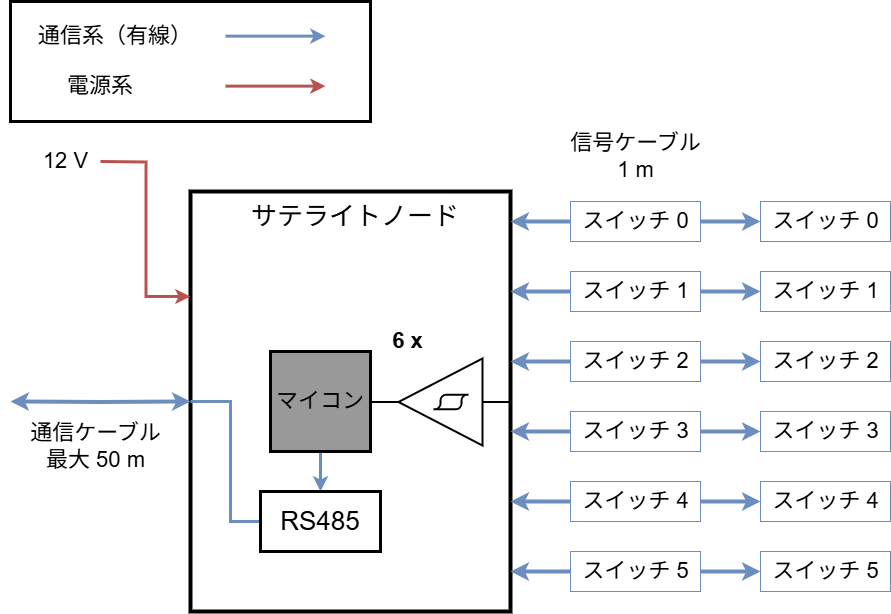
Earlier version of the draw.io export Documents/Pictures/SafetyReview/SatelliteNode.png (tokai-student-rocket-project/Gen6-GSE-Elec). Source tidied: cells renumbered, new cells last; positions are measured from the earlier drawing's top-left corner, leaving out a move shared by most shapes. Source of this version:
```xml
<mxGraphModel>
  <root>
    <mxCell id="0" />
    <mxCell id="1" parent="0" />
    <mxCell id="2" style="rounded=0;whiteSpace=wrap;html=1;strokeWidth=4;align=center;" parent="1" vertex="1">
      <mxGeometry x="180" y="190" width="320" height="420" as="geometry" />
    </mxCell>
    <mxCell id="3" style="endArrow=classic;html=1;strokeWidth=3;fillColor=#f8cecc;strokeColor=#b85450;edgeStyle=orthogonalEdgeStyle;entryX=0;entryY=0.25;entryDx=0;entryDy=0;rounded=0;curved=0;" parent="1" edge="1" target="2">
      <mxGeometry relative="1" as="geometry">
        <mxPoint x="90" y="160" as="sourcePoint" />
      </mxGeometry>
    </mxCell>
    <mxCell id="4" value="&lt;font style=&quot;font-size: 22px;&quot;&gt;12 V&lt;/font&gt;" style="text;html=1;align=center;verticalAlign=middle;strokeColor=none;fillColor=none;" parent="1" vertex="1">
      <mxGeometry x="20" y="140" width="70" height="40" as="geometry" />
    </mxCell>
    <mxCell id="5" style="endArrow=classic;html=1;strokeWidth=4;fillColor=#dae8fc;strokeColor=#6c8ebf;edgeStyle=orthogonalEdgeStyle;rounded=0;curved=0;startArrow=classic;startFill=1;entryX=0;entryY=0.5;entryDx=0;entryDy=0;" parent="1" edge="1" target="2">
      <mxGeometry relative="1" as="geometry">
        <mxPoint y="400" as="sourcePoint" />
      </mxGeometry>
    </mxCell>
    <mxCell id="6" value="&lt;span style=&quot;font-size: 22px;&quot;&gt;通信ケーブル&lt;/span&gt;&lt;div&gt;&lt;span style=&quot;font-size: 22px;&quot;&gt;最大 50 m&lt;/span&gt;&lt;/div&gt;" style="text;html=1;align=center;verticalAlign=middle;strokeColor=none;fillColor=none;" parent="1" vertex="1">
      <mxGeometry x="10" y="410" width="150" height="70" as="geometry" />
    </mxCell>
    <mxCell id="7" style="endArrow=classic;html=1;strokeWidth=4;fillColor=#dae8fc;strokeColor=#6c8ebf;edgeStyle=orthogonalEdgeStyle;rounded=0;curved=0;startArrow=classic;startFill=1;exitX=1;exitY=0.25;exitDx=0;exitDy=0;" parent="1" edge="1">
      <mxGeometry relative="1" as="geometry">
        <mxPoint x="500" y="220" as="sourcePoint" />
        <mxPoint x="750" y="220" as="targetPoint" />
      </mxGeometry>
    </mxCell>
    <mxCell id="8" value="&lt;span style=&quot;font-size: 22px;&quot;&gt;スイッチ 0&lt;/span&gt;" style="text;html=1;align=center;verticalAlign=middle;fillColor=default;strokeColor=#6C8EBF;" parent="1" vertex="1">
      <mxGeometry x="560" y="200" width="130" height="40" as="geometry" />
    </mxCell>
    <mxCell id="9" style="endArrow=classic;html=1;strokeWidth=4;fillColor=#dae8fc;strokeColor=#6c8ebf;edgeStyle=orthogonalEdgeStyle;rounded=0;curved=0;startArrow=classic;startFill=1;exitX=1;exitY=0.25;exitDx=0;exitDy=0;" parent="1" edge="1">
      <mxGeometry relative="1" as="geometry">
        <mxPoint x="500" y="290" as="sourcePoint" />
        <mxPoint x="750" y="290" as="targetPoint" />
      </mxGeometry>
    </mxCell>
    <mxCell id="10" value="&lt;span style=&quot;font-size: 22px;&quot;&gt;スイッチ 1&lt;/span&gt;" style="text;html=1;align=center;verticalAlign=middle;fillColor=default;strokeColor=#6C8EBF;" parent="1" vertex="1">
      <mxGeometry x="560" y="270" width="130" height="40" as="geometry" />
    </mxCell>
    <mxCell id="11" style="endArrow=classic;html=1;strokeWidth=4;fillColor=#dae8fc;strokeColor=#6C8EBF;edgeStyle=orthogonalEdgeStyle;rounded=0;curved=0;startArrow=classic;startFill=1;exitX=1;exitY=0.25;exitDx=0;exitDy=0;" parent="1" edge="1">
      <mxGeometry relative="1" as="geometry">
        <mxPoint x="500" y="360" as="sourcePoint" />
        <mxPoint x="750" y="360" as="targetPoint" />
      </mxGeometry>
    </mxCell>
    <mxCell id="12" value="&lt;span style=&quot;font-size: 22px;&quot;&gt;スイッチ 2&lt;/span&gt;" style="text;html=1;align=center;verticalAlign=middle;fillColor=default;strokeColor=#6C8EBF;" parent="1" vertex="1">
      <mxGeometry x="560" y="340" width="130" height="40" as="geometry" />
    </mxCell>
    <mxCell id="13" style="endArrow=classic;html=1;strokeWidth=4;fillColor=#dae8fc;strokeColor=#6c8ebf;edgeStyle=orthogonalEdgeStyle;rounded=0;curved=0;startArrow=classic;startFill=1;exitX=1;exitY=0.25;exitDx=0;exitDy=0;" parent="1" edge="1">
      <mxGeometry relative="1" as="geometry">
        <mxPoint x="500" y="430" as="sourcePoint" />
        <mxPoint x="750" y="430" as="targetPoint" />
      </mxGeometry>
    </mxCell>
    <mxCell id="14" value="&lt;span style=&quot;font-size: 22px;&quot;&gt;スイッチ 3&lt;/span&gt;" style="text;html=1;align=center;verticalAlign=middle;fillColor=default;strokeColor=#6C8EBF;" parent="1" vertex="1">
      <mxGeometry x="560" y="410" width="130" height="40" as="geometry" />
    </mxCell>
    <mxCell id="15" style="endArrow=classic;html=1;strokeWidth=4;fillColor=#dae8fc;strokeColor=#6c8ebf;edgeStyle=orthogonalEdgeStyle;rounded=0;curved=0;startArrow=classic;startFill=1;exitX=1;exitY=0.25;exitDx=0;exitDy=0;" parent="1" edge="1">
      <mxGeometry relative="1" as="geometry">
        <mxPoint x="500" y="500" as="sourcePoint" />
        <mxPoint x="750" y="500" as="targetPoint" />
      </mxGeometry>
    </mxCell>
    <mxCell id="16" value="&lt;span style=&quot;font-size: 22px;&quot;&gt;スイッチ 4&lt;/span&gt;" style="text;html=1;align=center;verticalAlign=middle;fillColor=default;strokeColor=#6C8EBF;" parent="1" vertex="1">
      <mxGeometry x="560" y="480" width="130" height="40" as="geometry" />
    </mxCell>
    <mxCell id="17" style="endArrow=classic;html=1;strokeWidth=4;fillColor=#dae8fc;strokeColor=#6c8ebf;edgeStyle=orthogonalEdgeStyle;rounded=0;curved=0;startArrow=classic;startFill=1;exitX=1;exitY=0.25;exitDx=0;exitDy=0;" parent="1" edge="1">
      <mxGeometry relative="1" as="geometry">
        <mxPoint x="500" y="570" as="sourcePoint" />
        <mxPoint x="750" y="570" as="targetPoint" />
      </mxGeometry>
    </mxCell>
    <mxCell id="18" value="&lt;span style=&quot;font-size: 22px;&quot;&gt;スイッチ 5&lt;/span&gt;" style="text;html=1;align=center;verticalAlign=middle;strokeColor=#6C8EBF;fillColor=default;" parent="1" vertex="1">
      <mxGeometry x="560" y="550" width="130" height="40" as="geometry" />
    </mxCell>
    <mxCell id="19" value="&lt;span style=&quot;font-size: 22px;&quot;&gt;スイッチ 0&lt;/span&gt;" style="text;html=1;align=center;verticalAlign=middle;strokeColor=#6C8EBF;" parent="1" vertex="1">
      <mxGeometry x="750" y="200" width="130" height="40" as="geometry" />
    </mxCell>
    <mxCell id="20" value="&lt;span style=&quot;font-size: 22px;&quot;&gt;信号ケーブル&lt;/span&gt;&lt;div&gt;&lt;span style=&quot;font-size: 22px;&quot;&gt;1 m&lt;/span&gt;&lt;/div&gt;" style="text;html=1;align=center;verticalAlign=middle;strokeColor=none;fillColor=none;" parent="1" vertex="1">
      <mxGeometry x="550" y="120" width="150" height="70" as="geometry" />
    </mxCell>
    <mxCell id="21" value="&lt;span style=&quot;font-size: 22px;&quot;&gt;スイッチ 1&lt;/span&gt;" style="text;html=1;align=center;verticalAlign=middle;strokeColor=#6C8EBF;" parent="1" vertex="1">
      <mxGeometry x="750" y="270" width="130" height="40" as="geometry" />
    </mxCell>
    <mxCell id="22" value="&lt;span style=&quot;font-size: 22px;&quot;&gt;スイッチ 2&lt;/span&gt;" style="text;html=1;align=center;verticalAlign=middle;strokeColor=#6C8EBF;" parent="1" vertex="1">
      <mxGeometry x="750" y="340" width="130" height="40" as="geometry" />
    </mxCell>
    <mxCell id="23" value="&lt;span style=&quot;font-size: 22px;&quot;&gt;スイッチ 3&lt;/span&gt;" style="text;html=1;align=center;verticalAlign=middle;strokeColor=#6C8EBF;" parent="1" vertex="1">
      <mxGeometry x="750" y="410" width="130" height="40" as="geometry" />
    </mxCell>
    <mxCell id="24" value="&lt;span style=&quot;font-size: 22px;&quot;&gt;スイッチ 4&lt;/span&gt;" style="text;html=1;align=center;verticalAlign=middle;strokeColor=#6C8EBF;" parent="1" vertex="1">
      <mxGeometry x="750" y="480" width="130" height="40" as="geometry" />
    </mxCell>
    <mxCell id="25" value="&lt;span style=&quot;font-size: 22px;&quot;&gt;スイッチ 5&lt;/span&gt;" style="text;html=1;align=center;verticalAlign=middle;strokeColor=#6C8EBF;" parent="1" vertex="1">
      <mxGeometry x="750" y="550" width="130" height="40" as="geometry" />
    </mxCell>
    <mxCell id="26" style="rounded=0;whiteSpace=wrap;html=1;fontSize=18;fillColor=none;strokeWidth=3;" parent="1" vertex="1">
      <mxGeometry width="360" height="120" as="geometry" />
    </mxCell>
    <mxCell id="27" value="&lt;font style=&quot;font-size: 22px;&quot;&gt;通信系（有線）&lt;/font&gt;" style="text;html=1;strokeColor=none;fillColor=none;align=center;verticalAlign=middle;whiteSpace=wrap;rounded=0;dashed=1;strokeWidth=3;fontSize=18;" parent="1" vertex="1">
      <mxGeometry x="20" y="20" width="170" height="30" as="geometry" />
    </mxCell>
    <mxCell id="28" value="&lt;font style=&quot;font-size: 22px;&quot;&gt;電源系&lt;/font&gt;" style="text;html=1;strokeColor=none;fillColor=none;align=center;verticalAlign=middle;whiteSpace=wrap;rounded=0;dashed=1;strokeWidth=3;fontSize=18;" parent="1" vertex="1">
      <mxGeometry x="55" y="70" width="70" height="30" as="geometry" />
    </mxCell>
    <mxCell id="29" style="endArrow=classic;html=1;rounded=0;strokeColor=#6c8ebf;strokeWidth=3;fontSize=18;fillColor=#dae8fc;" parent="1" edge="1">
      <mxGeometry relative="1" as="geometry">
        <mxPoint x="215" y="34.6" as="sourcePoint" />
        <mxPoint x="315" y="34.6" as="targetPoint" />
      </mxGeometry>
    </mxCell>
    <mxCell id="30" style="endArrow=classic;html=1;rounded=0;strokeColor=#b85450;strokeWidth=3;fontSize=18;fillColor=#f8cecc;" parent="1" edge="1">
      <mxGeometry relative="1" as="geometry">
        <mxPoint x="215" y="84.6" as="sourcePoint" />
        <mxPoint x="315" y="84.6" as="targetPoint" />
      </mxGeometry>
    </mxCell>
    <mxCell id="31" value="&lt;font style=&quot;font-size: 26px;&quot;&gt;サテライトノード&lt;/font&gt;" style="text;html=1;align=center;verticalAlign=middle;whiteSpace=wrap;rounded=0;" parent="1" vertex="1">
      <mxGeometry x="230" y="200" width="230" height="30" as="geometry" />
    </mxCell>
    <mxCell id="32" style="verticalLabelPosition=bottom;shadow=0;dashed=0;align=center;html=1;verticalAlign=top;shape=mxgraph.electrical.logic_gates.schmitt_trigger;direction=west;strokeWidth=2;" parent="1" vertex="1">
      <mxGeometry x="360" y="357" width="140" height="87" as="geometry" />
    </mxCell>
    <mxCell id="33" value="&lt;font style=&quot;font-size: 22px;&quot;&gt;&lt;b&gt;6 x&amp;nbsp;&lt;/b&gt;&lt;/font&gt;" style="text;html=1;align=center;verticalAlign=middle;strokeColor=none;fillColor=none;" parent="1" vertex="1">
      <mxGeometry x="370" y="320" width="60" height="40" as="geometry" />
    </mxCell>
    <mxCell id="34" style="edgeStyle=none;html=1;strokeWidth=3;fillColor=#dae8fc;strokeColor=#6c8ebf;" parent="1" edge="1" source="35" target="37">
      <mxGeometry relative="1" as="geometry" />
    </mxCell>
    <mxCell id="35" value="&lt;font style=&quot;font-size: 22px;&quot;&gt;マイコン&lt;/font&gt;" style="whiteSpace=wrap;html=1;strokeWidth=3;fillColor=#999999;" parent="1" vertex="1">
      <mxGeometry x="260" y="350" width="100" height="100" as="geometry" />
    </mxCell>
    <mxCell id="36" style="edgeStyle=orthogonalEdgeStyle;html=1;exitX=0;exitY=0.5;exitDx=0;exitDy=0;entryX=0;entryY=0.5;entryDx=0;entryDy=0;rounded=0;curved=0;strokeWidth=3;fillColor=#dae8fc;strokeColor=#6c8ebf;endArrow=none;endFill=0;" parent="1" edge="1" source="37" target="2">
      <mxGeometry relative="1" as="geometry">
        <Array as="points">
          <mxPoint x="220" y="520" />
          <mxPoint x="220" y="400" />
        </Array>
      </mxGeometry>
    </mxCell>
    <mxCell id="37" value="&lt;font style=&quot;font-size: 26px;&quot;&gt;RS485&lt;/font&gt;" style="rounded=0;whiteSpace=wrap;html=1;strokeWidth=3;" parent="1" vertex="1">
      <mxGeometry x="250" y="490" width="120" height="60" as="geometry" />
    </mxCell>
  </root>
</mxGraphModel>
```
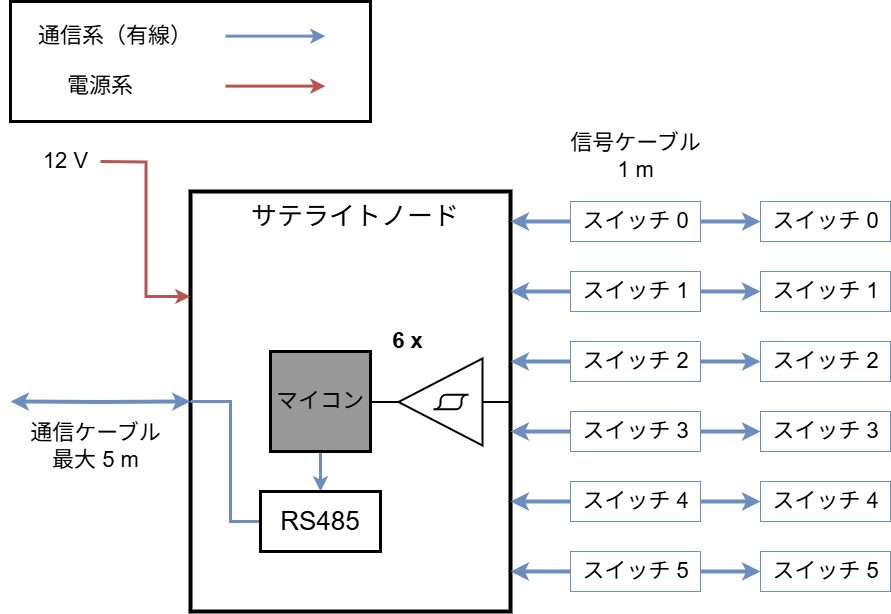
Later version of the same file.

Diff of the diagram source:
```diff
@@ -18,7 +18,7 @@
         <mxPoint y="400" as="sourcePoint" />
       </mxGeometry>
     </mxCell>
-    <mxCell id="6" value="&lt;span style=&quot;font-size: 22px;&quot;&gt;通信ケーブル&lt;/span&gt;&lt;div&gt;&lt;span style=&quot;font-size: 22px;&quot;&gt;最大 50 m&lt;/span&gt;&lt;/div&gt;" style="text;html=1;align=center;verticalAlign=middle;strokeColor=none;fillColor=none;" parent="1" vertex="1">
+    <mxCell id="6" value="&lt;span style=&quot;font-size: 22px;&quot;&gt;通信ケーブル&lt;/span&gt;&lt;div&gt;&lt;span style=&quot;font-size: 22px;&quot;&gt;最大 5 m&lt;/span&gt;&lt;/div&gt;" style="text;html=1;align=center;verticalAlign=middle;strokeColor=none;fillColor=none;" parent="1" vertex="1">
       <mxGeometry x="10" y="410" width="150" height="70" as="geometry" />
     </mxCell>
     <mxCell id="7" style="endArrow=classic;html=1;strokeWidth=4;fillColor=#dae8fc;strokeColor=#6c8ebf;edgeStyle=orthogonalEdgeStyle;rounded=0;curved=0;startArrow=classic;startFill=1;exitX=1;exitY=0.25;exitDx=0;exitDy=0;" parent="1" edge="1">
```
